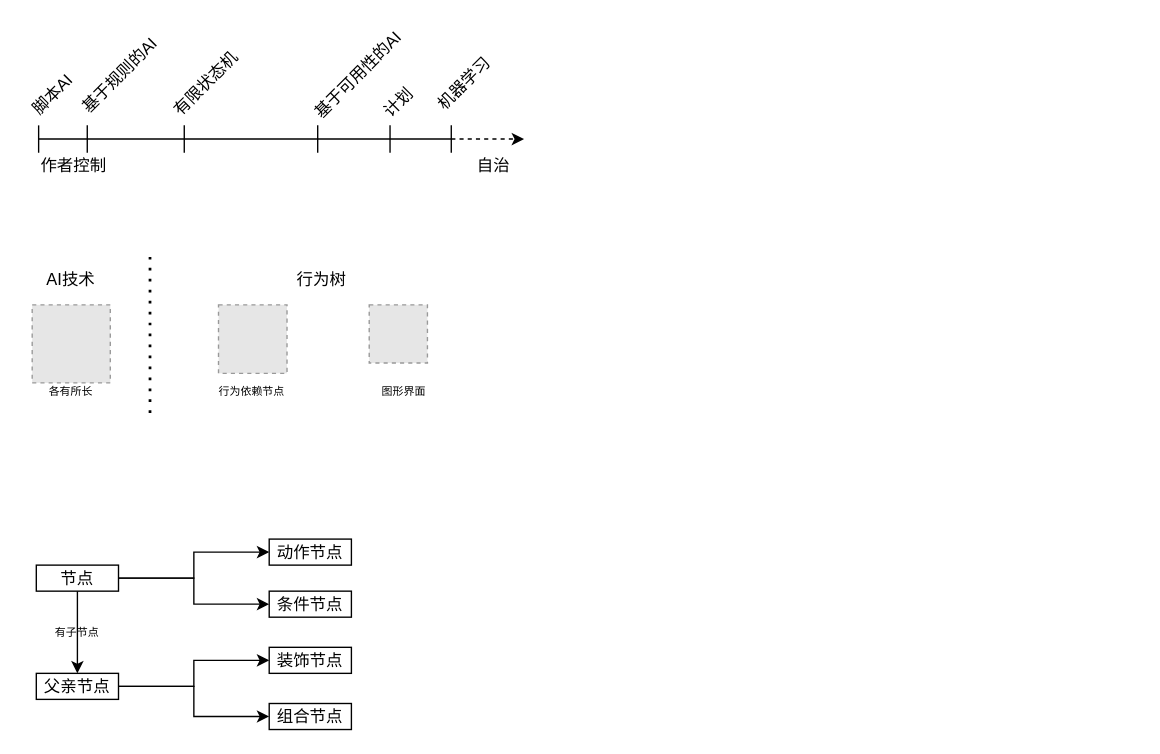
The draw.io diagram page "AI技术" (1 of 2) of assets/img/skill/AI行为树：从入门到精通.assets/AI行为树：从入门到精通.drawio in jskyzero/design.jskyzero.com, before the edit. Source tidied: cells renumbered, new cells numbered last; positions are measured from the earlier drawing's top-left corner, leaving out a move shared by most shapes. Both pictures are drawn from the tidied source at 137%, with x=0, y=0 at pixel (25, 27). Pictures stored in the file or linked from it are replaced by grey dashed boxes.
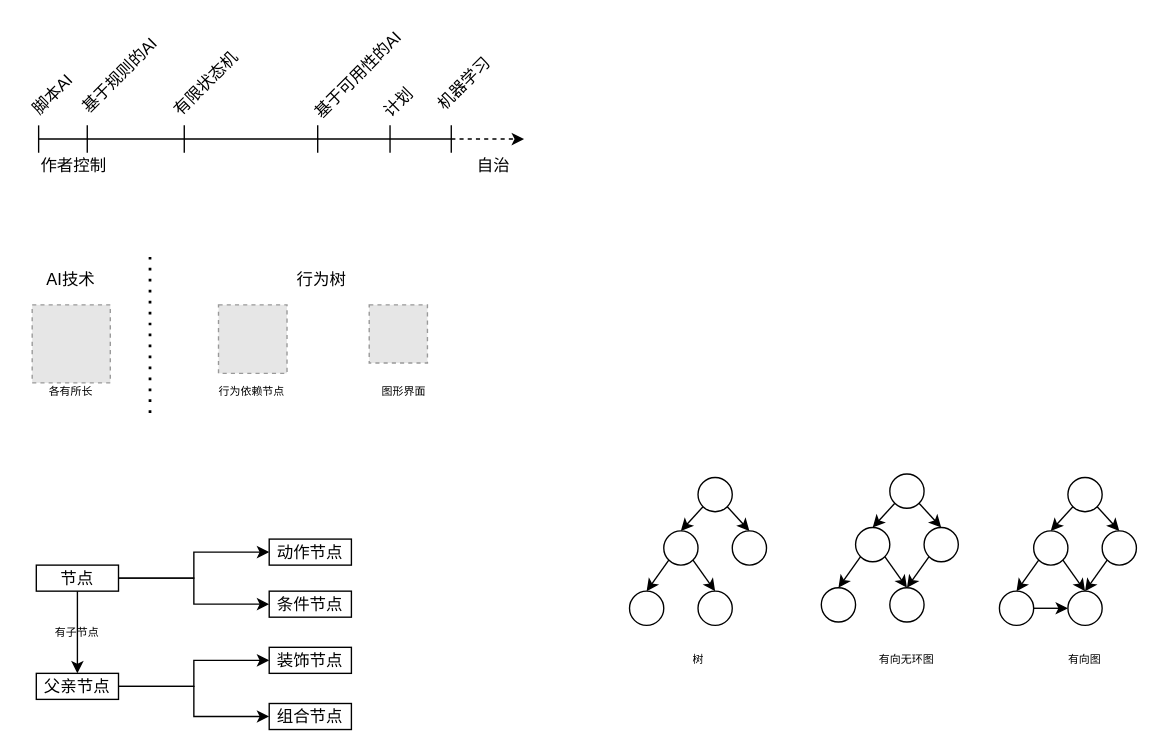
After the change.

Diff of the diagram source:
```diff
@@
+    <mxCell id="40" style="rounded=0;jettySize=auto;html=1;exitX=0;exitY=1;exitDx=0;exitDy=0;entryX=0.5;entryY=0;entryDx=0;entryDy=0;" parent="1" edge="1" source="42" target="45">
+      <mxGeometry relative="1" as="geometry" />
+    </mxCell>
+    <mxCell id="41" style="edgeStyle=none;rounded=0;jettySize=auto;html=1;exitX=1;exitY=1;exitDx=0;exitDy=0;entryX=0.5;entryY=0;entryDx=0;entryDy=0;" parent="1" edge="1" source="42" target="46">
+      <mxGeometry relative="1" as="geometry" />
+    </mxCell>
+    <mxCell id="42" style="ellipse;whiteSpace=wrap;html=1;" parent="1" vertex="1">
+      <mxGeometry x="491" y="328" width="25" height="25" as="geometry" />
+    </mxCell>
+    <mxCell id="43" style="edgeStyle=none;rounded=0;jettySize=auto;html=1;exitX=0;exitY=1;exitDx=0;exitDy=0;entryX=0.5;entryY=0;entryDx=0;entryDy=0;" parent="1" edge="1" source="45" target="47">
+      <mxGeometry relative="1" as="geometry" />
+    </mxCell>
+    <mxCell id="44" style="edgeStyle=none;rounded=0;jettySize=auto;html=1;exitX=1;exitY=1;exitDx=0;exitDy=0;entryX=0.5;entryY=0;entryDx=0;entryDy=0;" parent="1" edge="1" source="45" target="48">
+      <mxGeometry relative="1" as="geometry" />
+    </mxCell>
+    <mxCell id="45" style="ellipse;whiteSpace=wrap;html=1;" parent="1" vertex="1">
+      <mxGeometry x="466" y="367" width="25" height="25" as="geometry" />
+    </mxCell>
+    <mxCell id="46" style="ellipse;whiteSpace=wrap;html=1;" parent="1" vertex="1">
+      <mxGeometry x="516" y="367" width="25" height="25" as="geometry" />
+    </mxCell>
+    <mxCell id="47" style="ellipse;whiteSpace=wrap;html=1;" parent="1" vertex="1">
+      <mxGeometry x="441" y="411" width="25" height="25" as="geometry" />
+    </mxCell>
+    <mxCell id="48" style="ellipse;whiteSpace=wrap;html=1;" parent="1" vertex="1">
+      <mxGeometry x="491" y="411" width="25" height="25" as="geometry" />
+    </mxCell>
+    <mxCell id="49" style="rounded=0;jettySize=auto;html=1;exitX=0;exitY=1;exitDx=0;exitDy=0;entryX=0.5;entryY=0;entryDx=0;entryDy=0;" parent="1" edge="1" source="51" target="54">
+      <mxGeometry relative="1" as="geometry" />
+    </mxCell>
+    <mxCell id="50" style="edgeStyle=none;rounded=0;jettySize=auto;html=1;exitX=1;exitY=1;exitDx=0;exitDy=0;entryX=0.5;entryY=0;entryDx=0;entryDy=0;" parent="1" edge="1" source="51" target="56">
+      <mxGeometry relative="1" as="geometry" />
+    </mxCell>
+    <mxCell id="51" style="ellipse;whiteSpace=wrap;html=1;" parent="1" vertex="1">
+      <mxGeometry x="631" y="325.5" width="25" height="25" as="geometry" />
+    </mxCell>
+    <mxCell id="52" style="edgeStyle=none;rounded=0;jettySize=auto;html=1;exitX=0;exitY=1;exitDx=0;exitDy=0;entryX=0.5;entryY=0;entryDx=0;entryDy=0;" parent="1" edge="1" source="54" target="57">
+      <mxGeometry relative="1" as="geometry" />
+    </mxCell>
+    <mxCell id="53" style="edgeStyle=none;rounded=0;jettySize=auto;html=1;exitX=1;exitY=1;exitDx=0;exitDy=0;entryX=0.5;entryY=0;entryDx=0;entryDy=0;" parent="1" edge="1" source="54" target="58">
+      <mxGeometry relative="1" as="geometry" />
+    </mxCell>
+    <mxCell id="54" style="ellipse;whiteSpace=wrap;html=1;" parent="1" vertex="1">
+      <mxGeometry x="606" y="364.5" width="25" height="25" as="geometry" />
+    </mxCell>
+    <mxCell id="55" style="edgeStyle=none;rounded=0;jettySize=auto;html=1;exitX=0;exitY=1;exitDx=0;exitDy=0;entryX=0.5;entryY=0;entryDx=0;entryDy=0;" parent="1" edge="1" source="56" target="58">
+      <mxGeometry relative="1" as="geometry" />
+    </mxCell>
+    <mxCell id="56" style="ellipse;whiteSpace=wrap;html=1;" parent="1" vertex="1">
+      <mxGeometry x="656" y="364.5" width="25" height="25" as="geometry" />
+    </mxCell>
+    <mxCell id="57" style="ellipse;whiteSpace=wrap;html=1;" parent="1" vertex="1">
+      <mxGeometry x="581" y="408.5" width="25" height="25" as="geometry" />
+    </mxCell>
+    <mxCell id="58" style="ellipse;whiteSpace=wrap;html=1;" parent="1" vertex="1">
+      <mxGeometry x="631" y="408.5" width="25" height="25" as="geometry" />
+    </mxCell>
+    <mxCell id="59" style="rounded=0;jettySize=auto;html=1;exitX=0;exitY=1;exitDx=0;exitDy=0;entryX=0.5;entryY=0;entryDx=0;entryDy=0;" parent="1" edge="1" source="61" target="64">
+      <mxGeometry relative="1" as="geometry" />
+    </mxCell>
+    <mxCell id="60" style="edgeStyle=none;rounded=0;jettySize=auto;html=1;exitX=1;exitY=1;exitDx=0;exitDy=0;entryX=0.5;entryY=0;entryDx=0;entryDy=0;" parent="1" edge="1" source="61" target="66">
+      <mxGeometry relative="1" as="geometry" />
+    </mxCell>
+    <mxCell id="61" style="ellipse;whiteSpace=wrap;html=1;" parent="1" vertex="1">
+      <mxGeometry x="761" y="328" width="25" height="25" as="geometry" />
+    </mxCell>
+    <mxCell id="62" style="edgeStyle=none;rounded=0;jettySize=auto;html=1;exitX=0;exitY=1;exitDx=0;exitDy=0;entryX=0.5;entryY=0;entryDx=0;entryDy=0;" parent="1" edge="1" source="64" target="68">
+      <mxGeometry relative="1" as="geometry" />
+    </mxCell>
+    <mxCell id="63" style="edgeStyle=none;rounded=0;jettySize=auto;html=1;exitX=1;exitY=1;exitDx=0;exitDy=0;entryX=0.5;entryY=0;entryDx=0;entryDy=0;" parent="1" edge="1" source="64" target="69">
+      <mxGeometry relative="1" as="geometry" />
+    </mxCell>
+    <mxCell id="64" style="ellipse;whiteSpace=wrap;html=1;" parent="1" vertex="1">
+      <mxGeometry x="736" y="367" width="25" height="25" as="geometry" />
+    </mxCell>
+    <mxCell id="65" style="edgeStyle=none;rounded=0;jettySize=auto;html=1;exitX=0;exitY=1;exitDx=0;exitDy=0;entryX=0.5;entryY=0;entryDx=0;entryDy=0;" parent="1" edge="1" source="66" target="69">
+      <mxGeometry relative="1" as="geometry" />
+    </mxCell>
+    <mxCell id="66" style="ellipse;whiteSpace=wrap;html=1;" parent="1" vertex="1">
+      <mxGeometry x="786" y="367" width="25" height="25" as="geometry" />
+    </mxCell>
+    <mxCell id="67" style="edgeStyle=none;rounded=0;jettySize=auto;html=1;exitX=1;exitY=0.5;exitDx=0;exitDy=0;" parent="1" edge="1" source="68" target="69">
+      <mxGeometry relative="1" as="geometry" />
+    </mxCell>
+    <mxCell id="68" style="ellipse;whiteSpace=wrap;html=1;" parent="1" vertex="1">
+      <mxGeometry x="711" y="411" width="25" height="25" as="geometry" />
+    </mxCell>
+    <mxCell id="69" style="ellipse;whiteSpace=wrap;html=1;" parent="1" vertex="1">
+      <mxGeometry x="761" y="411" width="25" height="25" as="geometry" />
+    </mxCell>
+    <mxCell id="70" value="&lt;span style=&quot;font-size: 8px&quot;&gt;树&lt;/span&gt;" style="text;html=1;strokeColor=none;fillColor=none;align=center;verticalAlign=middle;whiteSpace=wrap;rounded=0;" parent="1" vertex="1">
+      <mxGeometry x="466" y="450" width="51.1" height="20" as="geometry" />
+    </mxCell>
+    <mxCell id="71" value="&lt;span style=&quot;font-size: 8px&quot;&gt;有向无环图&lt;/span&gt;" style="text;html=1;strokeColor=none;fillColor=none;align=center;verticalAlign=middle;whiteSpace=wrap;rounded=0;" parent="1" vertex="1">
+      <mxGeometry x="618" y="450" width="51.1" height="20" as="geometry" />
+    </mxCell>
+    <mxCell id="72" value="&lt;span style=&quot;font-size: 8px&quot;&gt;有向图&lt;/span&gt;" style="text;html=1;strokeColor=none;fillColor=none;align=center;verticalAlign=middle;whiteSpace=wrap;rounded=0;" parent="1" vertex="1">
+      <mxGeometry x="748" y="450" width="51.1" height="20" as="geometry" />
+    </mxCell>
```
